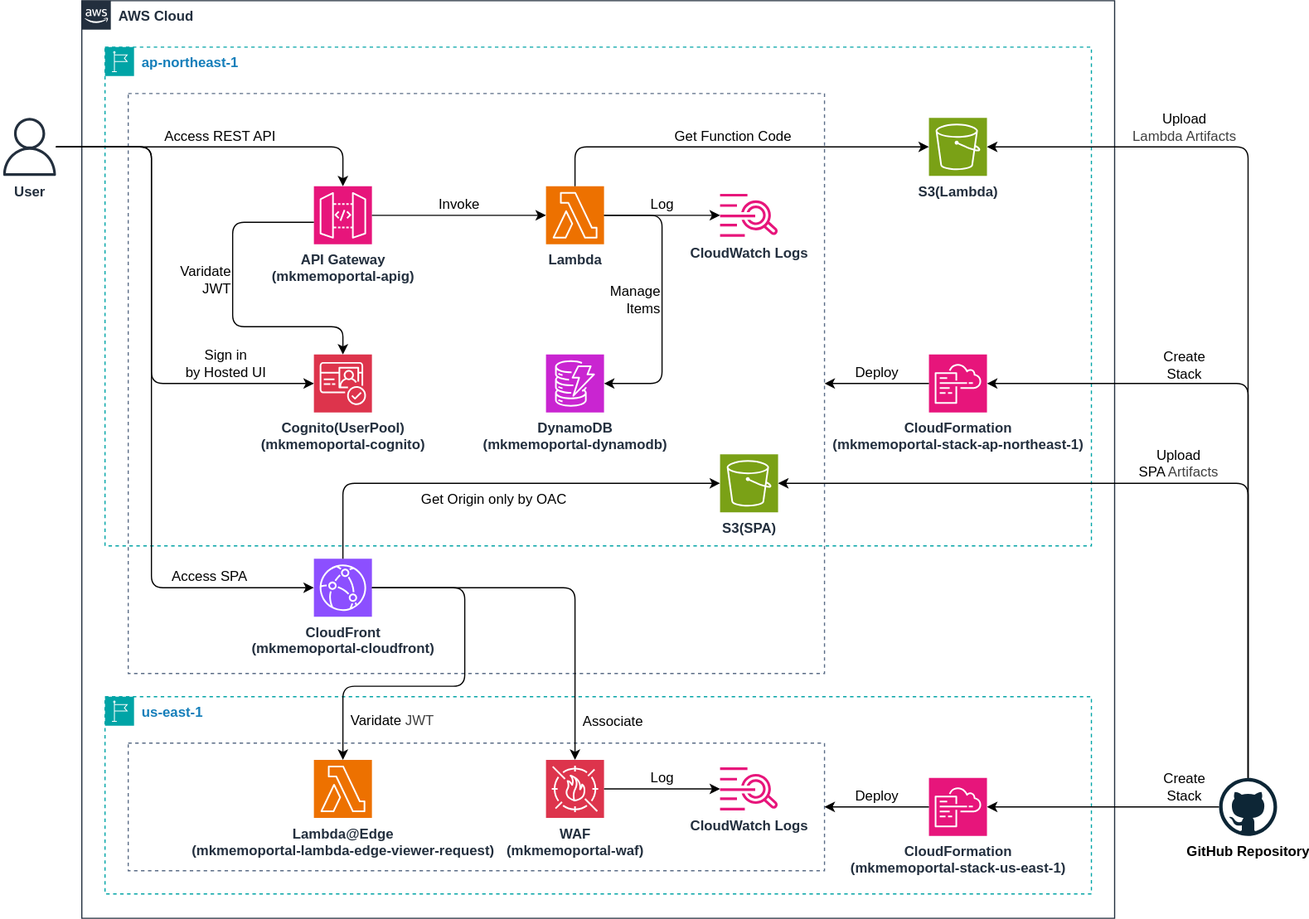
infhyroyage/MarkdownNotePortal keeps this draw.io diagram as architecture.drawio.svg. Above is the earlier version. Source tidied: cells renumbered, new cells last; positions are measured from the earlier drawing's top-left corner, leaving out a move shared by most shapes.
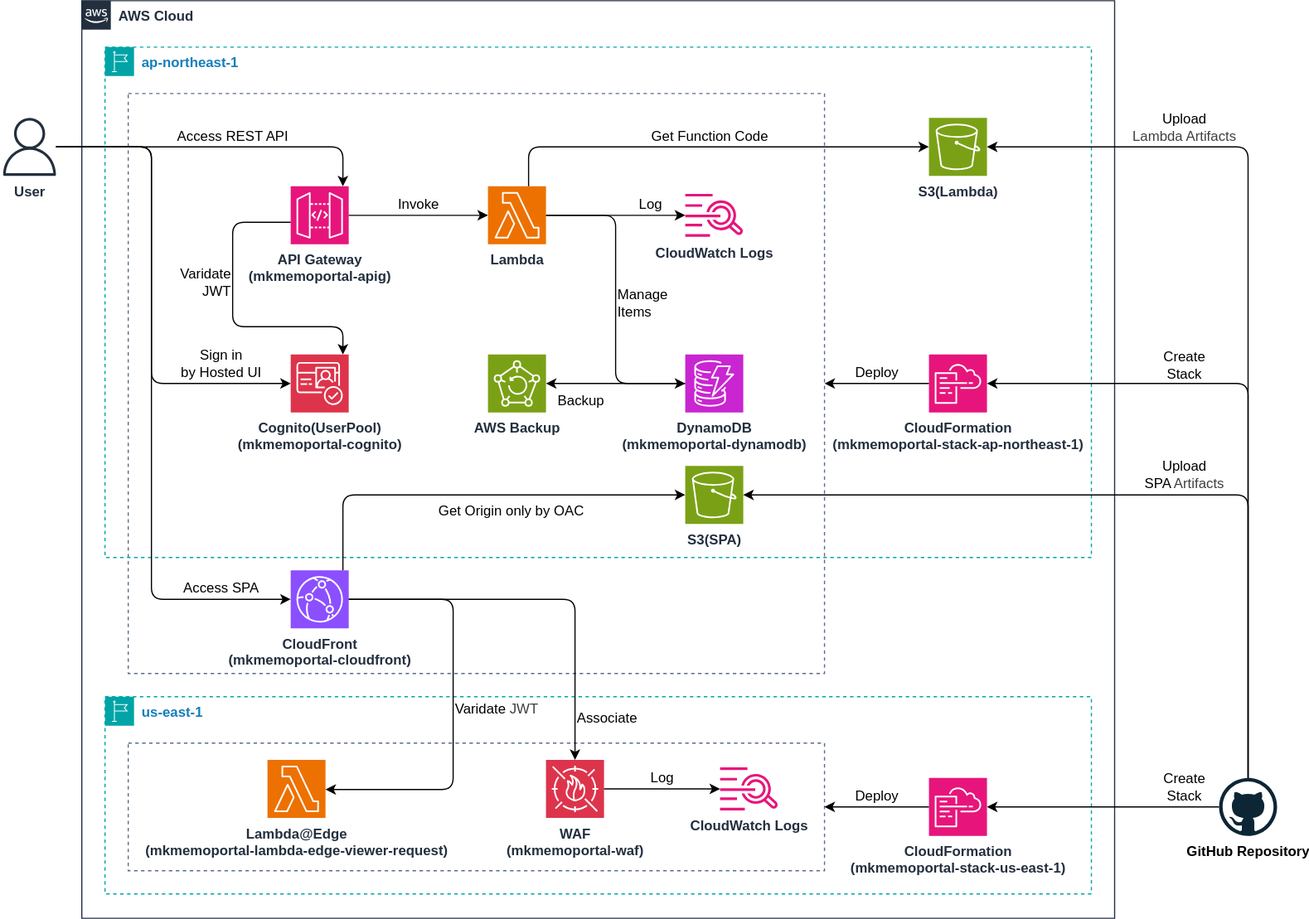
After the commit.

Commit message:
Add AWS Backup

Diff of the diagram source:
```diff
@@ -9,7 +9,7 @@
       <mxGeometry x="40" y="80" width="600" height="500" as="geometry" />
     </mxCell>
     <mxCell id="4" value="ap-northeast-1" style="gradientColor=none;html=1;whiteSpace=wrap;fontSize=12;fontStyle=1;shape=mxgraph.aws4.group;grIcon=mxgraph.aws4.group_region;strokeColor=#00A4A6;fillColor=none;verticalAlign=top;align=left;spacingLeft=30;fontColor=#147EBA;dashed=1;" parent="2" vertex="1">
-      <mxGeometry x="20" y="40" width="850" height="430" as="geometry" />
+      <mxGeometry x="20" y="40" width="850" height="440" as="geometry" />
     </mxCell>
     <mxCell id="5" value="CloudFormation&lt;div&gt;(mkmemoportal-stack-ap-northeast-1)&lt;/div&gt;" style="sketch=0;points=[[0,0,0],[0.25,0,0],[0.5,0,0],[0.75,0,0],[1,0,0],[0,1,0],[0.25,1,0],[0.5,1,0],[0.75,1,0],[1,1,0],[0,0.25,0],[0,0.5,0],[0,0.75,0],[1,0.25,0],[1,0.5,0],[1,0.75,0]];points=[[0,0,0],[0.25,0,0],[0.5,0,0],[0.75,0,0],[1,0,0],[0,1,0],[0.25,1,0],[0.5,1,0],[0.75,1,0],[1,1,0],[0,0.25,0],[0,0.5,0],[0,0.75,0],[1,0.25,0],[1,0.5,0],[1,0.75,0]];outlineConnect=0;fontColor=#232F3E;fillColor=#E7157B;strokeColor=#ffffff;dashed=0;verticalLabelPosition=bottom;verticalAlign=top;align=center;html=1;fontSize=12;fontStyle=1;shape=mxgraph.aws4.resourceIcon;resIcon=mxgraph.aws4.cloudformation;" parent="4" vertex="1">
       <mxGeometry x="710" y="265" width="50" height="50" as="geometry" />
@@ -17,20 +17,14 @@
     <mxCell id="6" value="S3(Lambda)" style="sketch=0;points=[[0,0,0],[0.25,0,0],[0.5,0,0],[0.75,0,0],[1,0,0],[0,1,0],[0.25,1,0],[0.5,1,0],[0.75,1,0],[1,1,0],[0,0.25,0],[0,0.5,0],[0,0.75,0],[1,0.25,0],[1,0.5,0],[1,0.75,0]];outlineConnect=0;fontColor=#232F3E;fillColor=#7AA116;strokeColor=#ffffff;dashed=0;verticalLabelPosition=bottom;verticalAlign=top;align=center;html=1;fontSize=12;fontStyle=1;shape=mxgraph.aws4.resourceIcon;resIcon=mxgraph.aws4.s3;" parent="4" vertex="1">
       <mxGeometry x="710" y="61" width="50" height="50" as="geometry" />
     </mxCell>
-    <mxCell id="7" value="S3(SPA)" style="sketch=0;points=[[0,0,0],[0.25,0,0],[0.5,0,0],[0.75,0,0],[1,0,0],[0,1,0],[0.25,1,0],[0.5,1,0],[0.75,1,0],[1,1,0],[0,0.25,0],[0,0.5,0],[0,0.75,0],[1,0.25,0],[1,0.5,0],[1,0.75,0]];outlineConnect=0;fontColor=#232F3E;fillColor=#7AA116;strokeColor=#ffffff;dashed=0;verticalLabelPosition=bottom;verticalAlign=top;align=center;html=1;fontSize=12;fontStyle=1;shape=mxgraph.aws4.resourceIcon;resIcon=mxgraph.aws4.s3;" parent="4" vertex="1">
-      <mxGeometry x="530" y="351" width="50" height="50" as="geometry" />
-    </mxCell>
     <mxCell id="8" value="API Gateway&lt;div&gt;(mkmemoportal-apig)&lt;/div&gt;" style="sketch=0;points=[[0,0,0],[0.25,0,0],[0.5,0,0],[0.75,0,0],[1,0,0],[0,1,0],[0.25,1,0],[0.5,1,0],[0.75,1,0],[1,1,0],[0,0.25,0],[0,0.5,0],[0,0.75,0],[1,0.25,0],[1,0.5,0],[1,0.75,0]];outlineConnect=0;fontColor=#232F3E;fillColor=#E7157B;strokeColor=#ffffff;dashed=0;verticalLabelPosition=bottom;verticalAlign=top;align=center;html=1;fontSize=12;fontStyle=1;shape=mxgraph.aws4.resourceIcon;resIcon=mxgraph.aws4.api_gateway;" parent="4" vertex="1">
-      <mxGeometry x="180" y="120" width="50" height="50" as="geometry" />
+      <mxGeometry x="160" y="120" width="50" height="50" as="geometry" />
     </mxCell>
     <mxCell id="9" value="Cognito(UserPool)&lt;div&gt;(mkmemoportal-cognito)&lt;/div&gt;" style="sketch=0;points=[[0,0,0],[0.25,0,0],[0.5,0,0],[0.75,0,0],[1,0,0],[0,1,0],[0.25,1,0],[0.5,1,0],[0.75,1,0],[1,1,0],[0,0.25,0],[0,0.5,0],[0,0.75,0],[1,0.25,0],[1,0.5,0],[1,0.75,0]];outlineConnect=0;fontColor=#232F3E;fillColor=#DD344C;strokeColor=#ffffff;dashed=0;verticalLabelPosition=bottom;verticalAlign=top;align=center;html=1;fontSize=12;fontStyle=1;shape=mxgraph.aws4.resourceIcon;resIcon=mxgraph.aws4.cognito;" parent="4" vertex="1">
-      <mxGeometry x="180" y="265" width="50" height="50" as="geometry" />
+      <mxGeometry x="160" y="265" width="50" height="50" as="geometry" />
     </mxCell>
-    <mxCell id="10" value="&lt;span style=&quot;color: rgb(35, 47, 62); font-weight: 700;&quot;&gt;CloudWatch Logs&lt;/span&gt;" style="sketch=0;outlineConnect=0;fontColor=#232F3E;gradientColor=none;fillColor=#E7157B;strokeColor=none;dashed=0;verticalLabelPosition=bottom;verticalAlign=top;align=center;html=1;fontSize=12;fontStyle=0;shape=mxgraph.aws4.cloudwatch_logs;" parent="4" vertex="1">
-      <mxGeometry x="530" y="126.4" width="50" height="37.2" as="geometry" />
-    </mxCell>
     <mxCell id="11" value="Varidate&lt;div&gt;&lt;span style=&quot;background-color: transparent;&quot;&gt;JWT&lt;/span&gt;&lt;/div&gt;" style="edgeStyle=orthogonalEdgeStyle;html=1;fontSize=12;labelPosition=left;verticalLabelPosition=middle;align=right;verticalAlign=middle;labelBackgroundColor=none;" parent="4" edge="1" source="8" target="9">
-      <mxGeometry x="-0.14" relative="1" as="geometry">
+      <mxGeometry x="-0.21" relative="1" as="geometry">
         <Array as="points">
           <mxPoint x="110" y="151" />
           <mxPoint x="110" y="241" />
@@ -38,9 +32,19 @@
         </Array>
       </mxGeometry>
     </mxCell>
-    <mxCell id="12" value="DynamoDB&lt;div&gt;(mkmemoportal-dynamodb)&lt;/div&gt;" style="sketch=0;points=[[0,0,0],[0.25,0,0],[0.5,0,0],[0.75,0,0],[1,0,0],[0,1,0],[0.25,1,0],[0.5,1,0],[0.75,1,0],[1,1,0],[0,0.25,0],[0,0.5,0],[0,0.75,0],[1,0.25,0],[1,0.5,0],[1,0.75,0]];outlineConnect=0;fontColor=#232F3E;fillColor=#C925D1;strokeColor=#ffffff;dashed=0;verticalLabelPosition=bottom;verticalAlign=top;align=center;html=1;fontSize=12;fontStyle=1;shape=mxgraph.aws4.resourceIcon;resIcon=mxgraph.aws4.dynamodb;" parent="4" vertex="1">
-      <mxGeometry x="380" y="265" width="50" height="50" as="geometry" />
-    </mxCell>
+    <mxCell id="24" value="Lambda" style="sketch=0;points=[[0,0,0],[0.25,0,0],[0.5,0,0],[0.75,0,0],[1,0,0],[0,1,0],[0.25,1,0],[0.5,1,0],[0.75,1,0],[1,1,0],[0,0.25,0],[0,0.5,0],[0,0.75,0],[1,0.25,0],[1,0.5,0],[1,0.75,0]];outlineConnect=0;fontColor=#232F3E;fillColor=#ED7100;strokeColor=#ffffff;dashed=0;verticalLabelPosition=bottom;verticalAlign=top;align=center;html=1;fontSize=12;fontStyle=1;shape=mxgraph.aws4.resourceIcon;resIcon=mxgraph.aws4.lambda;" parent="4" vertex="1">
+      <mxGeometry x="330" y="120" width="50" height="50" as="geometry" />
+    </mxCell>
+    <mxCell id="25" value="Invoke" style="edgeStyle=none;html=1;labelPosition=center;verticalLabelPosition=top;align=center;verticalAlign=bottom;fontSize=12;labelBackgroundColor=none;" parent="4" edge="1" source="8" target="24">
+      <mxGeometry relative="1" as="geometry" />
+    </mxCell>
+    <mxCell id="28" value="Get Function Code" style="edgeStyle=orthogonalEdgeStyle;html=1;fontSize=12;labelPosition=center;verticalLabelPosition=top;align=center;verticalAlign=bottom;labelBackgroundColor=none;" parent="4" edge="1" source="24" target="6">
+      <mxGeometry relative="1" as="geometry">
+        <Array as="points">
+          <mxPoint x="365" y="86" />
+        </Array>
+      </mxGeometry>
+    </mxCell>
     <mxCell id="13" value="us-east-1" style="gradientColor=none;html=1;whiteSpace=wrap;fontSize=12;fontStyle=1;shape=mxgraph.aws4.group;grIcon=mxgraph.aws4.group_region;strokeColor=#00A4A6;fillColor=none;verticalAlign=top;align=left;spacingLeft=30;fontColor=#147EBA;dashed=1;" parent="2" vertex="1">
       <mxGeometry x="20" y="600" width="850" height="170" as="geometry" />
     </mxCell>
@@ -63,61 +67,62 @@
       <mxGeometry relative="1" as="geometry" />
     </mxCell>
     <mxCell id="20" value="Lambda@Edge&lt;div&gt;(mkmemoportal-lambda-edge-viewer-request)&lt;/div&gt;" style="sketch=0;points=[[0,0,0],[0.25,0,0],[0.5,0,0],[0.75,0,0],[1,0,0],[0,1,0],[0.25,1,0],[0.5,1,0],[0.75,1,0],[1,1,0],[0,0.25,0],[0,0.5,0],[0,0.75,0],[1,0.25,0],[1,0.5,0],[1,0.75,0]];outlineConnect=0;fontColor=#232F3E;fillColor=#ED7100;strokeColor=#ffffff;dashed=0;verticalLabelPosition=bottom;verticalAlign=top;align=center;html=1;fontSize=12;fontStyle=1;shape=mxgraph.aws4.resourceIcon;resIcon=mxgraph.aws4.lambda;" parent="13" vertex="1">
-      <mxGeometry x="180" y="54.5" width="50" height="50" as="geometry" />
+      <mxGeometry x="140" y="54.5" width="50" height="50" as="geometry" />
     </mxCell>
     <mxCell id="21" value="CloudFront&lt;div&gt;(mkmemoportal-cloudfront)&lt;/div&gt;" style="sketch=0;points=[[0,0,0],[0.25,0,0],[0.5,0,0],[0.75,0,0],[1,0,0],[0,1,0],[0.25,1,0],[0.5,1,0],[0.75,1,0],[1,1,0],[0,0.25,0],[0,0.5,0],[0,0.75,0],[1,0.25,0],[1,0.5,0],[1,0.75,0]];outlineConnect=0;fontColor=#232F3E;fillColor=#8C4FFF;strokeColor=#ffffff;dashed=0;verticalLabelPosition=bottom;verticalAlign=top;align=center;html=1;fontSize=12;fontStyle=1;shape=mxgraph.aws4.resourceIcon;resIcon=mxgraph.aws4.cloudfront;" parent="2" vertex="1">
-      <mxGeometry x="200" y="481" width="50" height="50" as="geometry" />
+      <mxGeometry x="180" y="491" width="50" height="50" as="geometry" />
     </mxCell>
     <mxCell id="22" value="Deploy" style="edgeStyle=none;html=1;labelPosition=center;verticalLabelPosition=top;align=center;verticalAlign=bottom;fontSize=12;labelBackgroundColor=none;" parent="2" edge="1" source="5" target="3">
       <mxGeometry relative="1" as="geometry" />
     </mxCell>
     <mxCell id="23" value="Get Origin only by OAC" style="edgeStyle=orthogonalEdgeStyle;html=1;fontSize=12;labelPosition=center;verticalLabelPosition=bottom;align=center;verticalAlign=top;labelBackgroundColor=none;strokeColor=default;endArrow=none;endFill=0;startArrow=classic;startFill=1;" parent="2" edge="1" source="7" target="21">
-      <mxGeometry relative="1" as="geometry">
+      <mxGeometry x="-0.17" relative="1" as="geometry">
         <Array as="points">
-          <mxPoint x="225" y="416" />
+          <mxPoint x="225" y="426" />
         </Array>
       </mxGeometry>
     </mxCell>
-    <mxCell id="24" value="Lambda" style="sketch=0;points=[[0,0,0],[0.25,0,0],[0.5,0,0],[0.75,0,0],[1,0,0],[0,1,0],[0.25,1,0],[0.5,1,0],[0.75,1,0],[1,1,0],[0,0.25,0],[0,0.5,0],[0,0.75,0],[1,0.25,0],[1,0.5,0],[1,0.75,0]];outlineConnect=0;fontColor=#232F3E;fillColor=#ED7100;strokeColor=#ffffff;dashed=0;verticalLabelPosition=bottom;verticalAlign=top;align=center;html=1;fontSize=12;fontStyle=1;shape=mxgraph.aws4.resourceIcon;resIcon=mxgraph.aws4.lambda;" parent="2" vertex="1">
-      <mxGeometry x="400" y="160" width="50" height="50" as="geometry" />
-    </mxCell>
-    <mxCell id="25" value="Invoke" style="edgeStyle=none;html=1;labelPosition=center;verticalLabelPosition=top;align=center;verticalAlign=bottom;fontSize=12;labelBackgroundColor=none;" parent="2" edge="1" source="8" target="24">
-      <mxGeometry relative="1" as="geometry" />
-    </mxCell>
-    <mxCell id="26" value="Log" style="edgeStyle=none;html=1;labelPosition=center;verticalLabelPosition=top;align=center;verticalAlign=bottom;fontSize=12;labelBackgroundColor=none;" parent="2" edge="1" source="24" target="10">
-      <mxGeometry relative="1" as="geometry" />
-    </mxCell>
-    <mxCell id="27" value="Manage&lt;div&gt;Items&lt;/div&gt;" style="edgeStyle=orthogonalEdgeStyle;html=1;fontSize=12;labelPosition=left;verticalLabelPosition=middle;align=right;verticalAlign=middle;labelBackgroundColor=none;" parent="2" edge="1" source="24" target="12">
-      <mxGeometry relative="1" as="geometry">
+    <mxCell id="27" value="Manage&lt;div&gt;Items&lt;/div&gt;" style="edgeStyle=orthogonalEdgeStyle;html=1;fontSize=12;labelPosition=right;verticalLabelPosition=middle;align=left;verticalAlign=middle;labelBackgroundColor=none;" parent="2" edge="1" source="24" target="12">
+      <mxGeometry x="0.03" relative="1" as="geometry">
         <Array as="points">
-          <mxPoint x="500" y="185" />
-          <mxPoint x="500" y="330" />
+          <mxPoint x="460" y="185" />
+          <mxPoint x="460" y="330" />
         </Array>
       </mxGeometry>
     </mxCell>
-    <mxCell id="28" value="Get Function Code" style="edgeStyle=orthogonalEdgeStyle;html=1;fontSize=12;labelPosition=center;verticalLabelPosition=top;align=center;verticalAlign=bottom;labelBackgroundColor=none;" parent="2" edge="1" source="24" target="6">
-      <mxGeometry relative="1" as="geometry">
-        <Array as="points">
-          <mxPoint x="425" y="126" />
-        </Array>
-      </mxGeometry>
-    </mxCell>
     <mxCell id="29" value="Varidate&amp;nbsp;&lt;span style=&quot;background-color: transparent; color: rgb(63, 63, 63);&quot;&gt;JWT&lt;/span&gt;" style="edgeStyle=orthogonalEdgeStyle;html=1;fontSize=12;labelPosition=right;verticalLabelPosition=middle;align=left;verticalAlign=middle;labelBackgroundColor=none;" parent="2" edge="1" source="21" target="20">
-      <mxGeometry x="0.8" y="5" relative="1" as="geometry">
+      <mxGeometry x="0.02" relative="1" as="geometry">
         <Array as="points">
-          <mxPoint x="330" y="506" />
-          <mxPoint x="330" y="591" />
-          <mxPoint x="225" y="591" />
+          <mxPoint x="320" y="516" />
+          <mxPoint x="320" y="680" />
         </Array>
       </mxGeometry>
     </mxCell>
     <mxCell id="30" value="Associate" style="edgeStyle=orthogonalEdgeStyle;html=1;fontSize=12;labelPosition=right;verticalLabelPosition=middle;align=left;verticalAlign=middle;labelBackgroundColor=none;" parent="2" edge="1" source="21" target="15">
-      <mxGeometry x="0.8" y="5" relative="1" as="geometry">
+      <mxGeometry x="0.79" relative="1" as="geometry">
         <Array as="points">
-          <mxPoint x="425" y="506" />
+          <mxPoint x="425" y="516" />
         </Array>
       </mxGeometry>
     </mxCell>
+    <mxCell id="40" value="AWS Backup" style="sketch=0;points=[[0,0,0],[0.25,0,0],[0.5,0,0],[0.75,0,0],[1,0,0],[0,1,0],[0.25,1,0],[0.5,1,0],[0.75,1,0],[1,1,0],[0,0.25,0],[0,0.5,0],[0,0.75,0],[1,0.25,0],[1,0.5,0],[1,0.75,0]];outlineConnect=0;fontColor=#232F3E;fillColor=#7AA116;strokeColor=#ffffff;dashed=0;verticalLabelPosition=bottom;verticalAlign=top;align=center;html=1;fontSize=12;fontStyle=1;shape=mxgraph.aws4.resourceIcon;resIcon=mxgraph.aws4.backup;" parent="2" vertex="1">
+      <mxGeometry x="350" y="305" width="50" height="50" as="geometry" />
+    </mxCell>
+    <mxCell id="12" value="DynamoDB&lt;div&gt;(mkmemoportal-dynamodb)&lt;/div&gt;" style="sketch=0;points=[[0,0,0],[0.25,0,0],[0.5,0,0],[0.75,0,0],[1,0,0],[0,1,0],[0.25,1,0],[0.5,1,0],[0.75,1,0],[1,1,0],[0,0.25,0],[0,0.5,0],[0,0.75,0],[1,0.25,0],[1,0.5,0],[1,0.75,0]];outlineConnect=0;fontColor=#232F3E;fillColor=#C925D1;strokeColor=#ffffff;dashed=0;verticalLabelPosition=bottom;verticalAlign=top;align=center;html=1;fontSize=12;fontStyle=1;shape=mxgraph.aws4.resourceIcon;resIcon=mxgraph.aws4.dynamodb;" parent="2" vertex="1">
+      <mxGeometry x="520" y="305" width="50" height="50" as="geometry" />
+    </mxCell>
+    <mxCell id="7" value="S3(SPA)" style="sketch=0;points=[[0,0,0],[0.25,0,0],[0.5,0,0],[0.75,0,0],[1,0,0],[0,1,0],[0.25,1,0],[0.5,1,0],[0.75,1,0],[1,1,0],[0,0.25,0],[0,0.5,0],[0,0.75,0],[1,0.25,0],[1,0.5,0],[1,0.75,0]];outlineConnect=0;fontColor=#232F3E;fillColor=#7AA116;strokeColor=#ffffff;dashed=0;verticalLabelPosition=bottom;verticalAlign=top;align=center;html=1;fontSize=12;fontStyle=1;shape=mxgraph.aws4.resourceIcon;resIcon=mxgraph.aws4.s3;" parent="2" vertex="1">
+      <mxGeometry x="520" y="401" width="50" height="50" as="geometry" />
+    </mxCell>
+    <mxCell id="10" value="&lt;span style=&quot;color: rgb(35, 47, 62); font-weight: 700;&quot;&gt;CloudWatch Logs&lt;/span&gt;" style="sketch=0;outlineConnect=0;fontColor=#232F3E;gradientColor=none;fillColor=#E7157B;strokeColor=none;dashed=0;verticalLabelPosition=bottom;verticalAlign=top;align=center;html=1;fontSize=12;fontStyle=0;shape=mxgraph.aws4.cloudwatch_logs;" parent="2" vertex="1">
+      <mxGeometry x="520" y="166.4" width="50" height="37.2" as="geometry" />
+    </mxCell>
+    <mxCell id="26" value="Log" style="edgeStyle=none;html=1;labelPosition=center;verticalLabelPosition=top;align=center;verticalAlign=bottom;fontSize=12;labelBackgroundColor=none;" parent="2" edge="1" source="24" target="10">
+      <mxGeometry x="0.5" relative="1" as="geometry" />
+    </mxCell>
+    <mxCell id="41" value="Backup" style="edgeStyle=none;html=1;labelPosition=center;verticalLabelPosition=bottom;align=center;verticalAlign=top;fontSize=12;labelBackgroundColor=none;" parent="2" edge="1" source="12" target="40">
+      <mxGeometry x="0.5" y="1" relative="1" as="geometry" />
+    </mxCell>
     <mxCell id="31" value="User" style="sketch=0;outlineConnect=0;fontColor=#232F3E;gradientColor=none;fillColor=#232F3D;strokeColor=none;dashed=0;verticalLabelPosition=bottom;verticalAlign=top;align=center;html=1;fontSize=12;fontStyle=1;shape=mxgraph.aws4.user;" parent="1" vertex="1">
       <mxGeometry y="101" width="50" height="50" as="geometry" />
     </mxCell>
@@ -128,14 +133,14 @@
       <mxGeometry x="-0.7" relative="1" as="geometry" />
     </mxCell>
     <mxCell id="34" value="Access REST API" style="edgeStyle=orthogonalEdgeStyle;html=1;fontSize=12;labelPosition=center;verticalLabelPosition=top;align=center;verticalAlign=bottom;labelBackgroundColor=none;" parent="1" edge="1" source="31" target="8">
-      <mxGeometry relative="1" as="geometry">
+      <mxGeometry x="0.08" relative="1" as="geometry">
         <Array as="points">
           <mxPoint x="295" y="126" />
         </Array>
       </mxGeometry>
     </mxCell>
     <mxCell id="35" value="Sign in&lt;div&gt;by Hosted UI&lt;/div&gt;" style="edgeStyle=orthogonalEdgeStyle;html=1;fontSize=12;labelPosition=center;verticalLabelPosition=top;align=center;verticalAlign=bottom;labelBackgroundColor=none;" parent="1" edge="1" source="31" target="9">
-      <mxGeometry x="0.64" relative="1" as="geometry">
+      <mxGeometry x="0.7" relative="1" as="geometry">
         <Array as="points">
           <mxPoint x="130" y="126" />
           <mxPoint x="130" y="330" />
@@ -150,17 +155,17 @@
       </mxGeometry>
     </mxCell>
     <mxCell id="37" value="Access SPA" style="edgeStyle=orthogonalEdgeStyle;html=1;fontSize=12;labelPosition=center;verticalLabelPosition=top;align=center;verticalAlign=bottom;labelBackgroundColor=none;" parent="1" edge="1" source="31" target="21">
-      <mxGeometry x="0.7" relative="1" as="geometry">
+      <mxGeometry x="0.8" relative="1" as="geometry">
         <Array as="points">
           <mxPoint x="130" y="126" />
-          <mxPoint x="130" y="506" />
+          <mxPoint x="130" y="516" />
         </Array>
       </mxGeometry>
     </mxCell>
     <mxCell id="38" value="Upload&lt;div&gt;SPA&amp;nbsp;&lt;span style=&quot;color: rgb(63, 63, 63); background-color: transparent;&quot;&gt;Artifacts&lt;/span&gt;&lt;/div&gt;" style="edgeStyle=orthogonalEdgeStyle;html=1;fontSize=12;labelPosition=center;verticalLabelPosition=top;align=center;verticalAlign=bottom;labelBackgroundColor=none;" parent="1" edge="1" source="32" target="7">
-      <mxGeometry x="-0.05" relative="1" as="geometry">
+      <mxGeometry x="-0.12" relative="1" as="geometry">
         <Array as="points">
-          <mxPoint x="1075" y="416" />
+          <mxPoint x="1075" y="426" />
         </Array>
       </mxGeometry>
     </mxCell>
```
